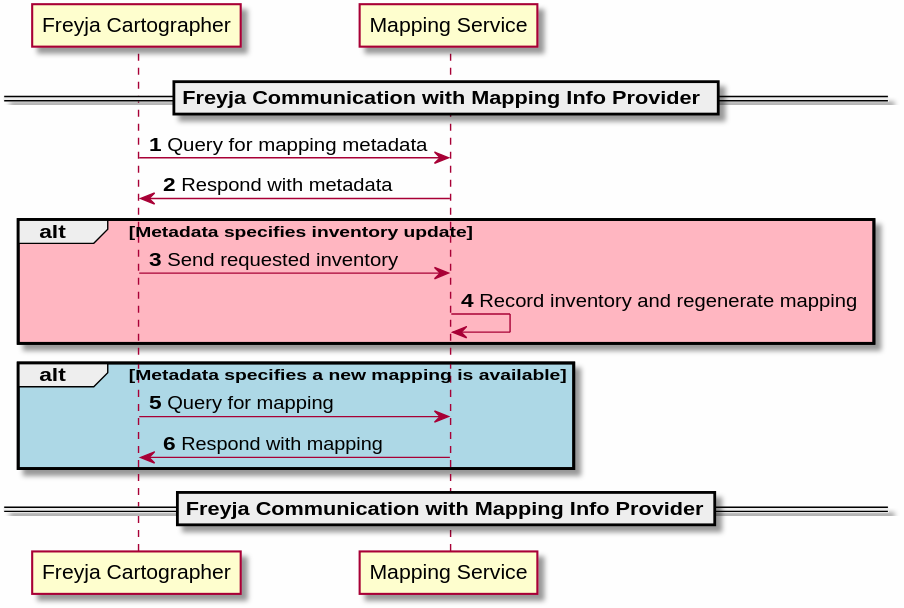
Above: docs/diagrams/mapping_service_to_cartographer_sequence.svg in eclipse-ibeji/freyja (PlantUML), before the change.
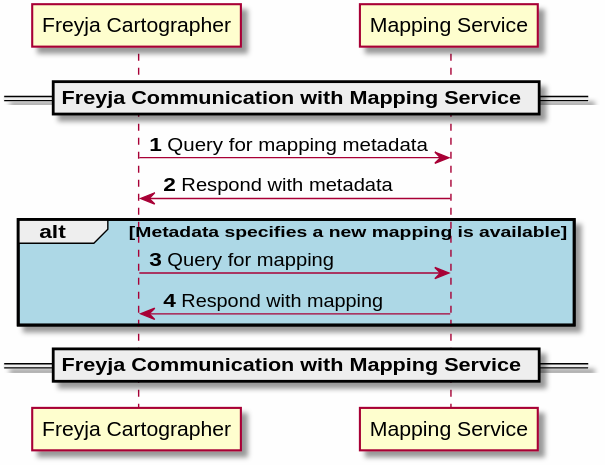
The same file after the commit.

The edit, as a diff of the source:
```diff
@@ -4,21 +4,15 @@
 participant "Mapping Service"
 autonumber
 
-== Freyja Communication with Mapping Info Provider ==
-
+== Freyja Communication with Mapping Service ==
 
 "Freyja Cartographer"->"Mapping Service": Query for mapping metadata
 "Mapping Service"->"Freyja Cartographer": Respond with metadata
-
-alt #LightPink Metadata specifies inventory update
-    "Freyja Cartographer"->"Mapping Service": Send requested inventory
-    "Mapping Service"->"Mapping Service": Record inventory and regenerate mapping
-end
 
 alt #LightBlue Metadata specifies a new mapping is available
     "Freyja Cartographer"->"Mapping Service": Query for mapping
     "Mapping Service"->"Freyja Cartographer" : Respond with mapping
 end
 
-== Freyja Communication with Mapping Info Provider==
+== Freyja Communication with Mapping Service ==
 @enduml
```
